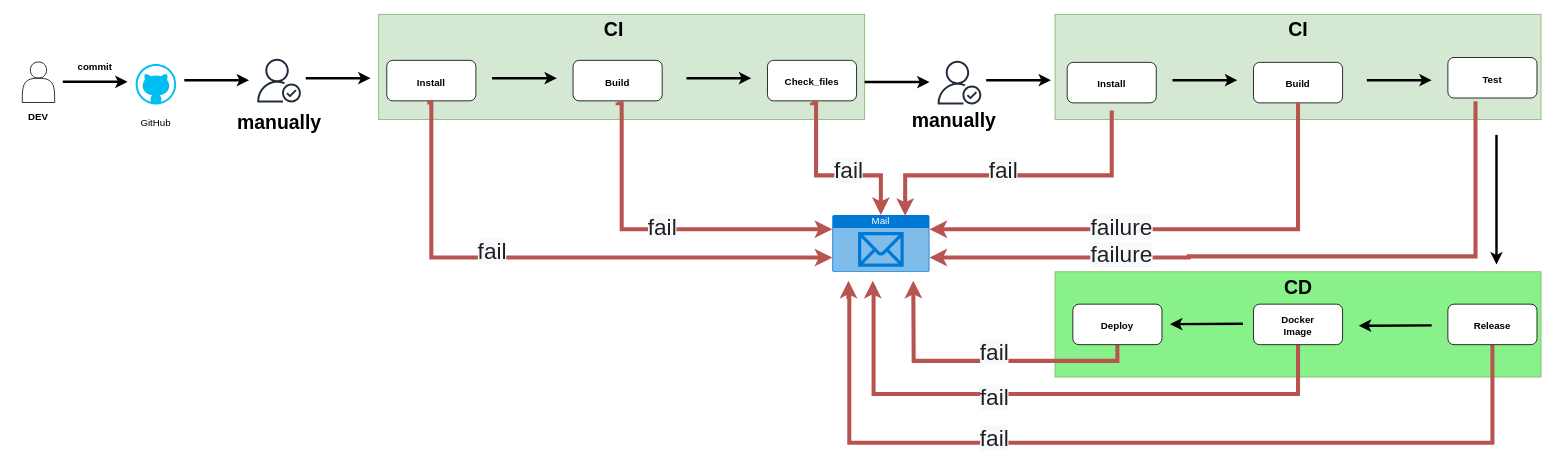
This is diagrama_pipeline.drawio from pereirasantana/testes_GIt, a draw.io file, before an edit. Source tidied: cells renumbered, new cells numbered last; positions are measured from the earlier drawing's top-left corner, leaving out a move shared by most shapes. Both pictures are drawn from the tidied source at 81%, with x=0, y=0 at pixel (14, 14).
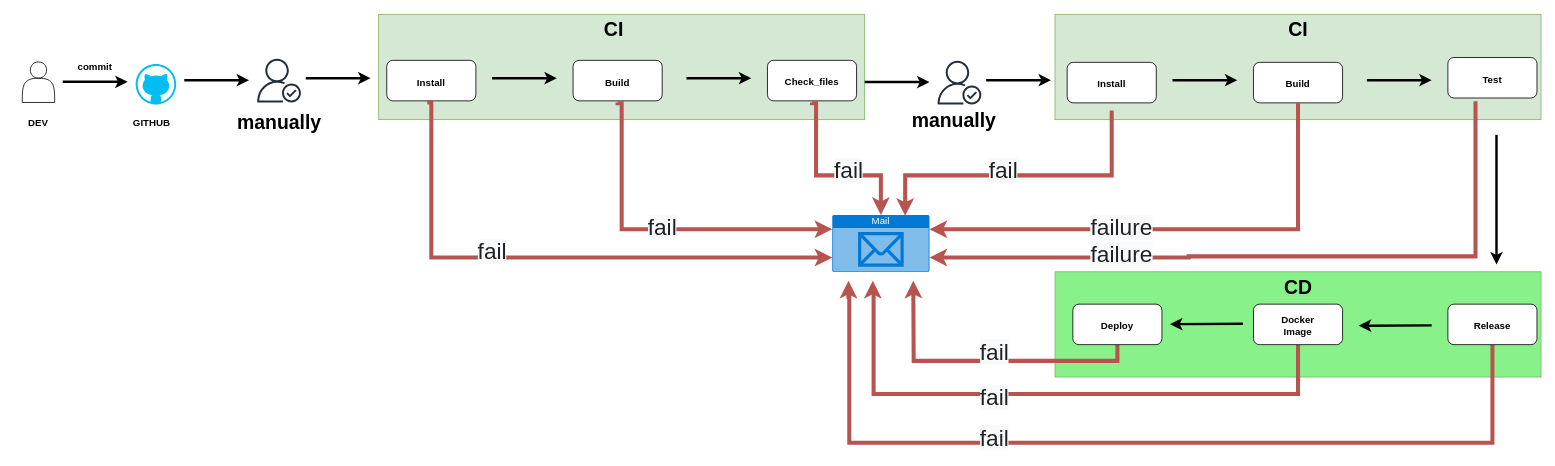
The same page after the edit.

Diff of the diagram source:
```diff
@@
     <mxCell id="6" value="&lt;b&gt;DEV&lt;/b&gt;" style="text;html=1;align=center;verticalAlign=middle;whiteSpace=wrap;rounded=0;" parent="1" vertex="1">
-      <mxGeometry y="111.5" width="60" height="30" as="geometry" />
+      <mxGeometry y="119" width="60" height="30" as="geometry" />
     </mxCell>
@@
-    <mxCell id="12" value="GitHub" style="text;html=1;align=center;verticalAlign=middle;whiteSpace=wrap;rounded=0;" parent="1" vertex="1">
-      <mxGeometry x="145" y="119" width="60" height="30" as="geometry" />
-    </mxCell>
@@
+    <mxCell id="66" value="&lt;b&gt;GITHUB&lt;/b&gt;" style="text;html=1;align=center;verticalAlign=middle;whiteSpace=wrap;rounded=0;" parent="1" vertex="1">
+      <mxGeometry x="140" y="119" width="60" height="30" as="geometry" />
+    </mxCell>
```
